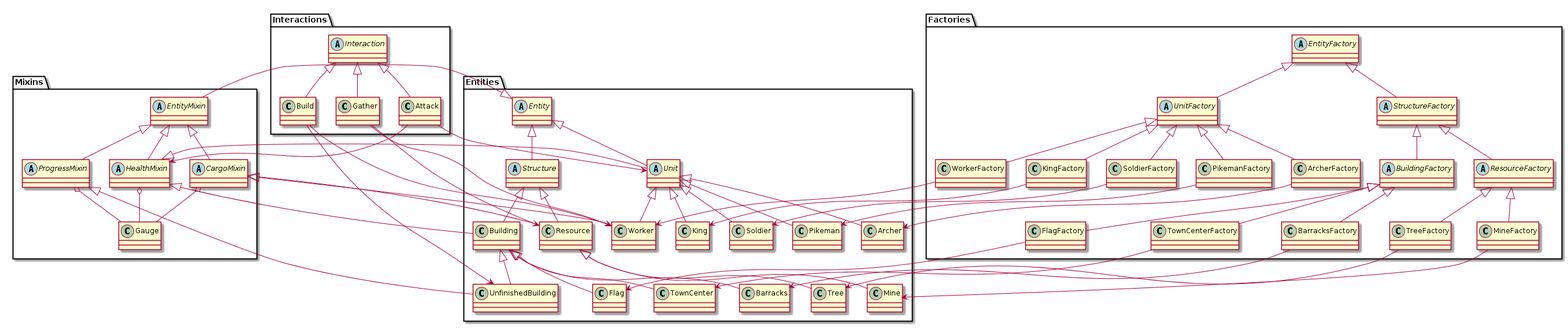
The PlantUML diagram doc/plantuml/clases-tp3.png in fchurca/fiuba-7542-20152, before a commit. Source of this version:
```plantuml
@startuml

package Entities {
abstract class Entity
abstract class Structure
abstract class Unit
class Building
class UnfinishedBuilding
class TownCenter
class Barracks
class Flag
class Resource
class Tree
class Mine
class Worker
class King
class Soldier
class Pikeman
class Archer
}

Entity <|-- Structure

Structure <|-- Building
Building <|-- UnfinishedBuilding
Building <|-- TownCenter
Building <|-- Barracks
Building <|-- Flag

Structure <|-- Resource
Resource <|-- Tree
Resource <|-- Mine

Entity <|-- Unit
Unit <|-- King
Unit <|-- Worker
Unit <|-- Soldier
Unit <|-- Pikeman
Unit <|-- Archer


package Mixins {
class Gauge
abstract class EntityMixin
abstract class ProgressMixin
abstract class HealthMixin
abstract class CargoMixin
}

Entity <|-- EntityMixin

EntityMixin <|-- ProgressMixin
ProgressMixin o-- Gauge

EntityMixin <|-- HealthMixin
HealthMixin o-- Gauge

EntityMixin <|-- CargoMixin
CargoMixin o-- Gauge

HealthMixin <|-- Unit
HealthMixin <|-- Building

CargoMixin <|-- Resource
CargoMixin <|-- Worker

ProgressMixin <|-- UnfinishedBuilding


package Interactions {
abstract class Interaction
class Attack
class Build
class Gather
}

Interaction <|-- Attack
Attack --> Unit
Attack --> HealthMixin

Interaction <|-- Build
Build --> Worker
Build --> UnfinishedBuilding

Interaction <|-- Gather
Gather --> Worker
Gather --> Resource


package Factories {
abstract class EntityFactory
abstract class UnitFactory
abstract class StructureFactory
abstract class BuildingFactory
abstract class ResourceFactory
class WorkerFactory
class KingFactory
class SoldierFactory
class PikemanFactory
class ArcherFactory
class BarracksFactory
class FlagFactory
class TownCenterFactory
class MineFactory
class TreeFactory
}

EntityFactory <|--  UnitFactory
EntityFactory <|--  StructureFactory
StructureFactory <|--  BuildingFactory
StructureFactory <|--  ResourceFactory

UnitFactory <|--  WorkerFactory
WorkerFactory --> Worker
UnitFactory <|--  KingFactory
KingFactory --> King
UnitFactory <|--  SoldierFactory
SoldierFactory --> Soldier
UnitFactory <|--  PikemanFactory
PikemanFactory --> Pikeman
UnitFactory <|--  ArcherFactory
ArcherFactory --> Archer
BuildingFactory <|--  BarracksFactory
BarracksFactory --> Barracks
BuildingFactory <|--  FlagFactory
FlagFactory --> Flag
BuildingFactory <|--  TownCenterFactory
TownCenterFactory --> TownCenter
ResourceFactory <|--  MineFactory
MineFactory --> Mine
ResourceFactory <|--  TreeFactory
TreeFactory --> Tree

@enduml
```
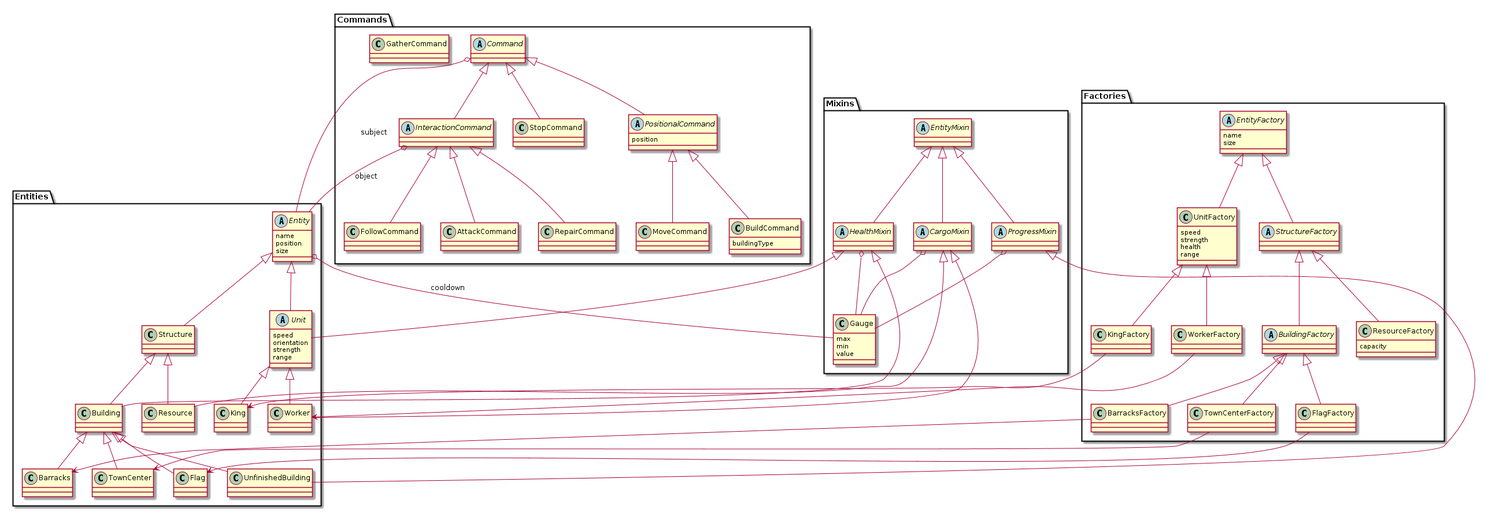
After the commit.

What changed in the source:
```diff
@@ -1,22 +1,26 @@
 @startuml
 
 package Entities {
-abstract class Entity
-abstract class Structure
-abstract class Unit
+abstract class Entity {
+name
+position
+size
+}
+class Structure
+abstract class Unit {
+speed
+orientation
+strength
+range
+}
 class Building
 class UnfinishedBuilding
 class TownCenter
 class Barracks
 class Flag
 class Resource
-class Tree
-class Mine
 class Worker
 class King
-class Soldier
-class Pikeman
-class Archer
 }
 
 Entity <|-- Structure
@@ -28,26 +32,25 @@
 Building <|-- Flag
 
 Structure <|-- Resource
-Resource <|-- Tree
-Resource <|-- Mine
 
 Entity <|-- Unit
 Unit <|-- King
 Unit <|-- Worker
-Unit <|-- Soldier
-Unit <|-- Pikeman
-Unit <|-- Archer
 
 
 package Mixins {
-class Gauge
+class Gauge {
+max
+min
+value
+}
 abstract class EntityMixin
 abstract class ProgressMixin
 abstract class HealthMixin
 abstract class CargoMixin
 }
 
-Entity <|-- EntityMixin
+Entity o-- Gauge : cooldown
 
 EntityMixin <|-- ProgressMixin
 ProgressMixin o-- Gauge
@@ -67,42 +70,62 @@
 ProgressMixin <|-- UnfinishedBuilding
 
 
-package Interactions {
-abstract class Interaction
-class Attack
-class Build
-class Gather
+package Commands {
+abstract class Command
+class StopCommand
+abstract class PositionalCommand {
+position
+}
+class MoveCommand
+class BuildCommand {
+buildingType
+}
+abstract class InteractionCommand
+class AttackCommand
+class RepairCommand
+class FollowCommand
+class GatherCommand
 }
 
-Interaction <|-- Attack
-Attack --> Unit
-Attack --> HealthMixin
+Command o-- Entity : subject
 
-Interaction <|-- Build
-Build --> Worker
-Build --> UnfinishedBuilding
+Command <|-- StopCommand
 
-Interaction <|-- Gather
-Gather --> Worker
-Gather --> Resource
+Command <|-- PositionalCommand
+
+PositionalCommand <|-- MoveCommand
+PositionalCommand <|-- BuildCommand
+
+Command <|-- InteractionCommand
+
+InteractionCommand o-- Entity : object
+
+InteractionCommand <|-- AttackCommand
+InteractionCommand <|-- RepairCommand
+InteractionCommand <|-- FollowCommand
 
 
 package Factories {
-abstract class EntityFactory
-abstract class UnitFactory
+abstract class EntityFactory {
+name
+size
+}
+class UnitFactory {
+speed
+strength
+health
+range
+}
 abstract class StructureFactory
 abstract class BuildingFactory
-abstract class ResourceFactory
+class ResourceFactory {
+capacity
+}
 class WorkerFactory
 class KingFactory
-class SoldierFactory
-class PikemanFactory
-class ArcherFactory
 class BarracksFactory
 class FlagFactory
 class TownCenterFactory
-class MineFactory
-class TreeFactory
 }
 
 EntityFactory <|--  UnitFactory
@@ -114,21 +137,11 @@
 WorkerFactory --> Worker
 UnitFactory <|--  KingFactory
 KingFactory --> King
-UnitFactory <|--  SoldierFactory
-SoldierFactory --> Soldier
-UnitFactory <|--  PikemanFactory
-PikemanFactory --> Pikeman
-UnitFactory <|--  ArcherFactory
-ArcherFactory --> Archer
 BuildingFactory <|--  BarracksFactory
 BarracksFactory --> Barracks
 BuildingFactory <|--  FlagFactory
 FlagFactory --> Flag
 BuildingFactory <|--  TownCenterFactory
 TownCenterFactory --> TownCenter
-ResourceFactory <|--  MineFactory
-MineFactory --> Mine
-ResourceFactory <|--  TreeFactory
-TreeFactory --> Tree
 
 @enduml
```
